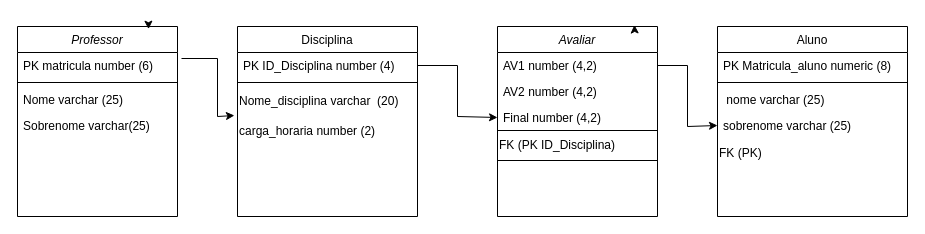
This is Diagrama sem nome.drawio from R4dars/AttDeDatabase, a draw.io file, before an edit. Source tidied: cells renumbered, new cells numbered last; positions are measured from the earlier drawing's top-left corner, leaving out a move shared by most shapes. Both pictures are drawn from the tidied source at 100%, with x=0, y=0 at pixel (17, 26).
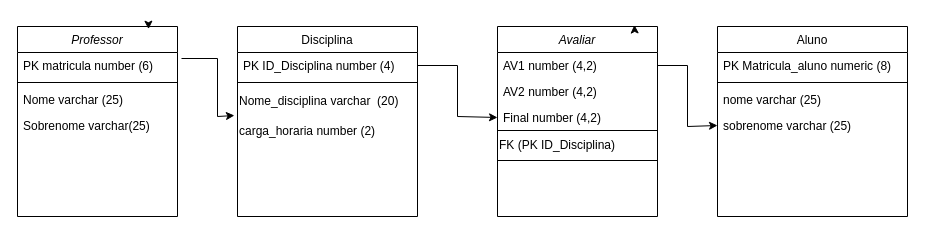
Above is the later version.

The change refers to these unchanged cells:
```xml
<mxCell id="7" value="Aluno" style="swimlane;fontStyle=0;align=center;verticalAlign=top;horizontal=1;startSize=26;rounded=0;shadow=0;strokeWidth=1;" parent="1" vertex="1">
  <mxGeometry x="700" width="190" height="190" as="geometry" />
</mxCell>
```

Change to the diagram source:
```diff
@@
-    <mxCell id="10" value=" nome varchar (25)" style="text;align=left;verticalAlign=top;spacingLeft=4;spacingRight=4;overflow=hidden;fontStyle=0;" parent="7" vertex="1">
+    <mxCell id="10" value="nome varchar (25)" style="text;align=left;verticalAlign=top;spacingLeft=4;spacingRight=4;overflow=hidden;fontStyle=0;" parent="7" vertex="1">
       <mxGeometry y="60" width="190" height="26" as="geometry" />
     </mxCell>
@@
-    <mxCell id="12" value="FK (PK)" style="text;html=1;align=left;verticalAlign=middle;strokeColor=none;fillColor=none;" parent="7" vertex="1">
-      <mxGeometry y="112" width="190" height="30" as="geometry" />
-    </mxCell>
```
